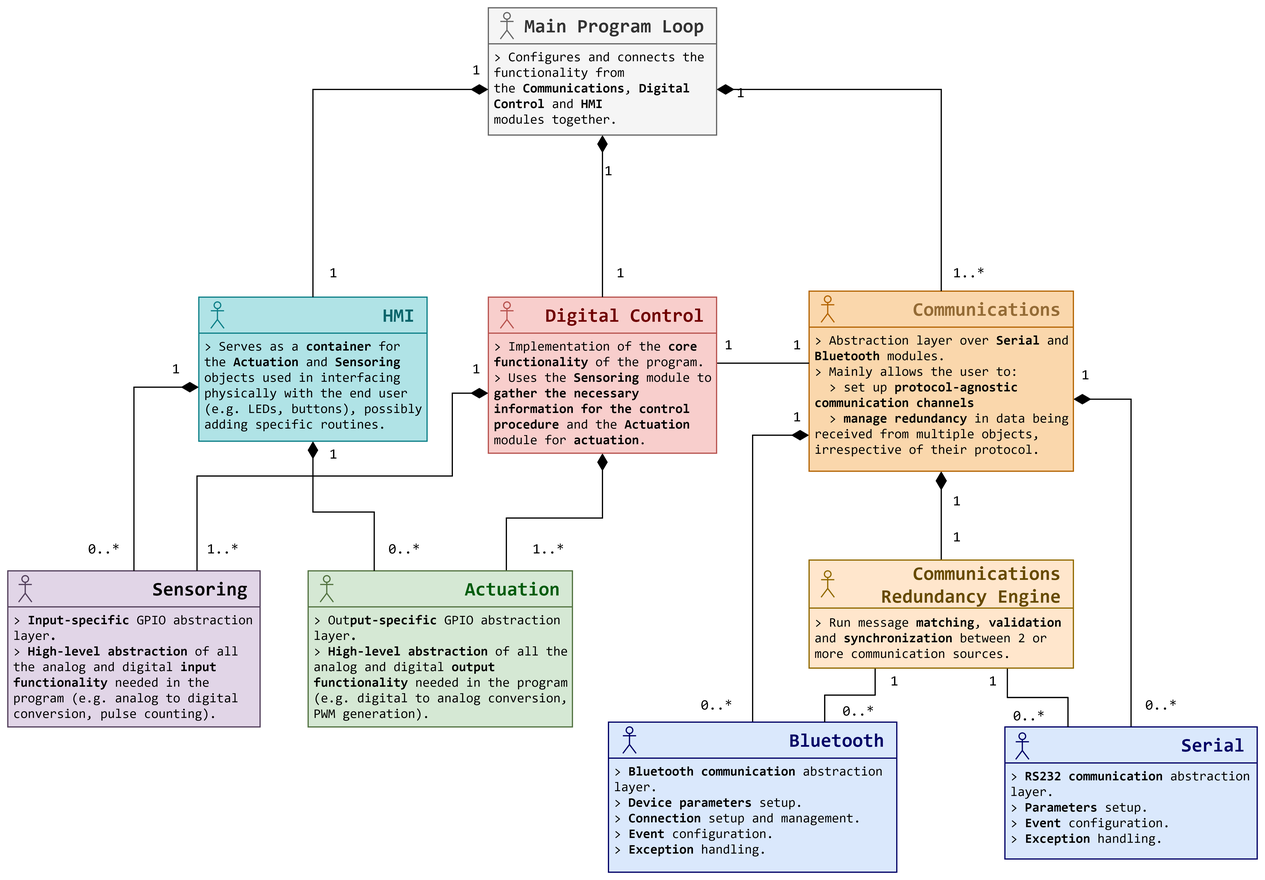
Before: Proj/Iterations/1/Design/Navigation-Subsystem/Architectural-Overview/class-diagram/class_diagram_abstract.png, a diagram exported from draw.io (LPI2-DreamTeam/rfcar). Source tidied: cells renumbered, new cells last; positions are measured from the earlier drawing's top-left corner, leaving out a move shared by most shapes.
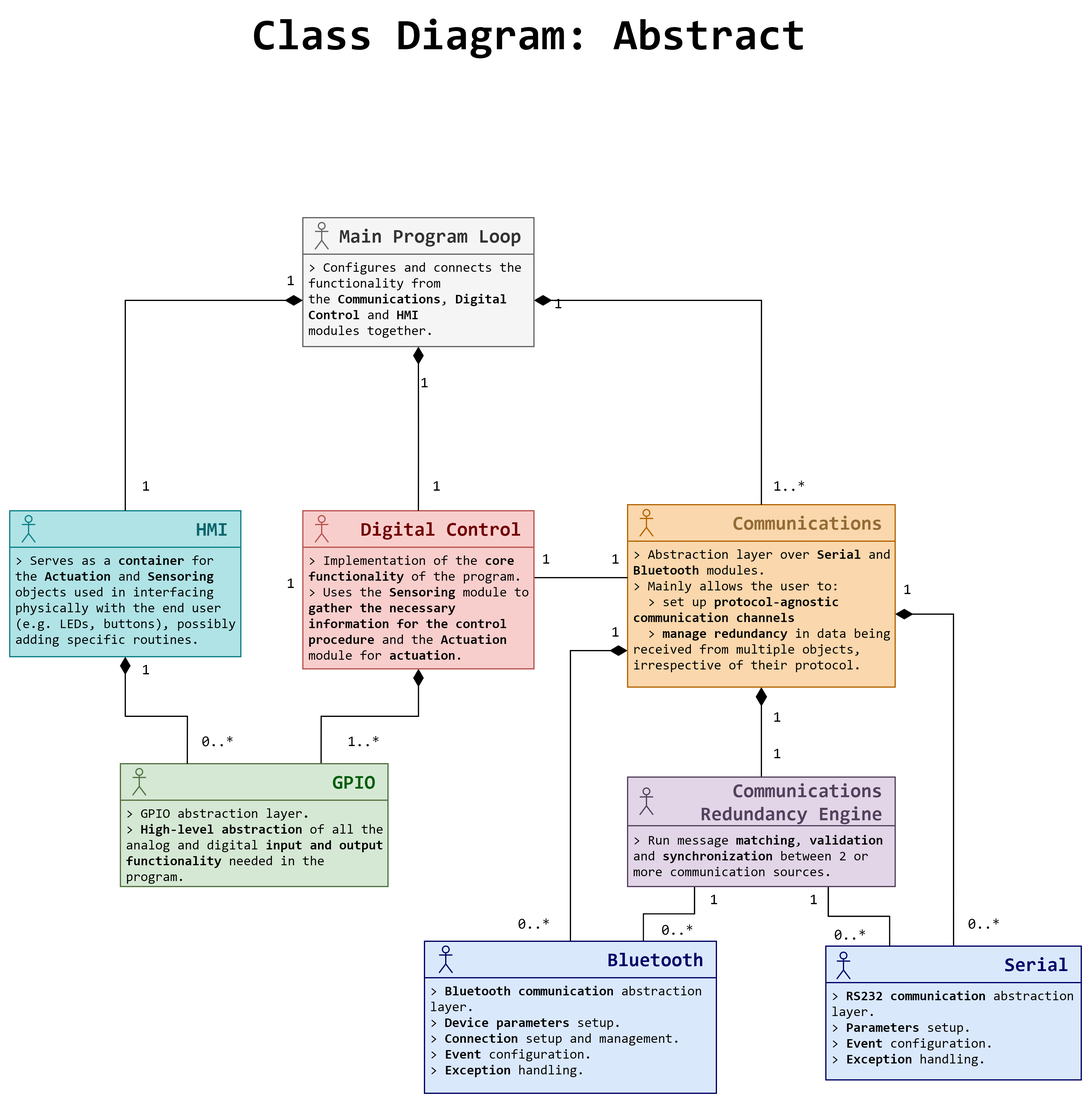
After the change.

Commit message:
Merged 'Sensor' and 'Actuator' modules into GPIO and finished it

Diff of the diagram source:
```diff
@@ -2,9 +2,6 @@
   <root>
     <mxCell id="0" />
     <mxCell id="1" parent="0" />
-    <mxCell id="2" value="Sensoring" style="rounded=0;whiteSpace=wrap;html=1;fontFamily=Consolas;fontSize=16;align=right;fillColor=#e1d5e7;fontStyle=1;spacingRight=8;strokeColor=#53405C;labelPosition=center;verticalLabelPosition=middle;verticalAlign=middle;labelBackgroundColor=none;" parent="1" vertex="1">
-      <mxGeometry y="469" width="210" height="30" as="geometry" />
-    </mxCell>
     <mxCell id="3" style="edgeStyle=orthogonalEdgeStyle;rounded=0;jettySize=auto;html=1;exitX=0.5;exitY=1;exitDx=0;exitDy=0;entryX=0.5;entryY=0;entryDx=0;entryDy=0;startArrow=diamondThin;startFill=1;startSize=13;endArrow=none;endFill=0;endSize=2;fontFamily=Consolas;fontSize=12;fontColor=#0B656B;" parent="1" edge="1" source="6" target="29">
       <mxGeometry relative="1" as="geometry" />
     </mxCell>
@@ -17,6 +14,9 @@
     <mxCell id="6" value="&amp;gt; Abstraction layer over &lt;b&gt;Serial &lt;/b&gt;and &lt;b&gt;Bluetooth &lt;/b&gt;modules.&lt;br&gt;&amp;gt; Mainly allows the user to: &lt;br&gt;&amp;nbsp; &amp;gt; set up&lt;b&gt; protocol-agnostic communication channels &lt;/b&gt;&lt;br&gt;&amp;nbsp; &amp;gt;&amp;nbsp;&lt;b&gt;manage redundancy&lt;/b&gt; in data being received from multiple objects, irrespective of their protocol.&lt;br&gt;&amp;nbsp;" style="rounded=0;whiteSpace=wrap;html=1;fillColor=#fad7ac;fontFamily=Consolas;fontSize=11;align=left;verticalAlign=top;spacing=0;spacingLeft=5;spacingBottom=5;spacingRight=5;strokeColor=#b46504;labelPosition=center;verticalLabelPosition=middle;" parent="1" vertex="1">
       <mxGeometry x="667" y="266" width="220" height="120" as="geometry" />
     </mxCell>
+    <mxCell id="67" value="Class Diagram: Abstract" style="text;html=1;strokeColor=none;fillColor=none;align=center;verticalAlign=middle;whiteSpace=wrap;rounded=0;fontFamily=Consolas;fontSize=36;fontStyle=1;" parent="1" vertex="1">
+      <mxGeometry x="270" y="-160" width="633" height="20" as="geometry" />
+    </mxCell>
     <mxCell id="7" value="Bluetooth" style="rounded=0;whiteSpace=wrap;html=1;fontFamily=Consolas;fontSize=16;align=right;fillColor=#dae8fc;fontStyle=1;spacingRight=8;strokeColor=#000066;fontColor=#000066;" parent="1" vertex="1">
       <mxGeometry x="500" y="595" width="240" height="30" as="geometry" />
     </mxCell>
@@ -38,17 +38,13 @@
     <mxCell id="13" value="Communications" style="rounded=0;whiteSpace=wrap;html=1;fontFamily=Consolas;fontSize=16;align=right;fillColor=#fad7ac;fontStyle=1;spacingRight=8;strokeColor=#b46504;labelPosition=center;verticalLabelPosition=middle;verticalAlign=middle;fontColor=#946B35;" parent="1" vertex="1">
       <mxGeometry x="667" y="236" width="220" height="30" as="geometry" />
     </mxCell>
-    <mxCell id="14" style="edgeStyle=orthogonalEdgeStyle;rounded=0;jettySize=auto;html=1;exitX=0;exitY=0.5;exitDx=0;exitDy=0;entryX=0.75;entryY=0;entryDx=0;entryDy=0;startArrow=diamondThin;startFill=1;startSize=12;endArrow=none;endFill=0;endSize=2;fontFamily=Consolas;fontSize=12;fontColor=#0B656B;" parent="1" edge="1" source="17" target="2">
-      <mxGeometry relative="1" as="geometry">
-        <Array as="points">
-          <mxPoint x="370" y="321" />
-          <mxPoint x="370" y="390" />
-          <mxPoint x="157" y="390" />
-        </Array>
-      </mxGeometry>
-    </mxCell>
     <mxCell id="15" style="edgeStyle=orthogonalEdgeStyle;rounded=0;jettySize=auto;html=1;entryX=0.75;entryY=0;entryDx=0;entryDy=0;startArrow=diamondThin;startFill=1;startSize=12;endArrow=none;endFill=0;endSize=2;fontFamily=Consolas;fontSize=12;fontColor=#0B656B;" parent="1" edge="1" source="17" target="23">
-      <mxGeometry relative="1" as="geometry" />
+      <mxGeometry relative="1" as="geometry">
+        <Array as="points">
+          <mxPoint x="495" y="410" />
+          <mxPoint x="415" y="410" />
+        </Array>
+      </mxGeometry>
     </mxCell>
     <mxCell id="16" style="edgeStyle=orthogonalEdgeStyle;rounded=0;jettySize=auto;html=1;exitX=1;exitY=0.25;exitDx=0;exitDy=0;entryX=0;entryY=0.25;entryDx=0;entryDy=0;endArrow=none;endFill=0;" parent="1" edge="1" source="17" target="6">
       <mxGeometry relative="1" as="geometry" />
@@ -59,26 +55,20 @@
     <mxCell id="18" value="Digital Control" style="rounded=0;whiteSpace=wrap;html=1;fontFamily=Consolas;fontSize=16;align=right;fillColor=#f8cecc;fontStyle=1;spacingRight=8;strokeColor=#b85450;labelPosition=center;verticalLabelPosition=middle;verticalAlign=middle;fontColor=#700000;labelBackgroundColor=none;" parent="1" vertex="1">
       <mxGeometry x="400" y="241" width="190" height="30" as="geometry" />
     </mxCell>
-    <mxCell id="19" value="&amp;gt; &lt;b&gt;Input-specific&amp;nbsp;&lt;/b&gt;GPIO&amp;nbsp;abstraction layer&lt;b&gt;.&lt;/b&gt;&lt;br&gt;&amp;gt; &lt;b&gt;High-level abstraction&lt;/b&gt; of all the analog and digital &lt;b&gt;input functionality&lt;/b&gt; needed in the program (e.g. analog to digital conversion, pulse counting).&amp;nbsp;" style="rounded=0;whiteSpace=wrap;html=1;fillColor=#e1d5e7;fontFamily=Consolas;fontSize=11;align=left;verticalAlign=top;spacing=0;spacingLeft=5;spacingBottom=5;spacingRight=5;strokeColor=#53405C;fontColor=#000000;" parent="1" vertex="1">
-      <mxGeometry y="499" width="210" height="100" as="geometry" />
-    </mxCell>
     <mxCell id="20" style="shape=umlActor;verticalLabelPosition=bottom;labelBackgroundColor=#ffffff;verticalAlign=top;html=1;fontFamily=Consolas;fontSize=21;fillColor=#fad7ac;strokeColor=#b46504;" parent="1" vertex="1">
       <mxGeometry x="677" y="240" width="11" height="22" as="geometry" />
     </mxCell>
     <mxCell id="21" style="shape=umlActor;verticalLabelPosition=bottom;labelBackgroundColor=#ffffff;verticalAlign=top;html=1;fontFamily=Consolas;fontSize=21;fillColor=none;strokeColor=#b85450;" parent="1" vertex="1">
       <mxGeometry x="410" y="245" width="11" height="22" as="geometry" />
     </mxCell>
-    <mxCell id="22" value="&lt;span&gt;&amp;gt; Out&lt;/span&gt;&lt;b&gt;put-specific&amp;nbsp;&lt;/b&gt;&lt;span&gt;GPIO&amp;nbsp;abstraction layer&lt;/span&gt;&lt;b&gt;.&lt;/b&gt;&lt;br&gt;&lt;span&gt;&amp;gt;&amp;nbsp;&lt;/span&gt;&lt;b&gt;High-level abstraction&lt;/b&gt;&lt;span&gt;&amp;nbsp;of all the analog and digital&amp;nbsp;&lt;/span&gt;&lt;b&gt;output functionality&lt;/b&gt;&lt;span&gt;&amp;nbsp;needed in the program (e.g. digital to analog conversion, PWM generation).&lt;/span&gt;" style="rounded=0;whiteSpace=wrap;html=1;fillColor=#d5e8d4;fontFamily=Consolas;fontSize=11;align=left;verticalAlign=top;spacing=0;spacingLeft=5;spacingBottom=5;spacingRight=5;strokeColor=#537341;" parent="1" vertex="1">
-      <mxGeometry x="250" y="499" width="220" height="100" as="geometry" />
+    <mxCell id="22" value="&amp;gt; GPIO&amp;nbsp;abstraction layer&lt;b&gt;.&lt;/b&gt;&lt;br&gt;&amp;gt;&amp;nbsp;&lt;b&gt;High-level abstraction&lt;/b&gt;&amp;nbsp;of all the analog and digital&amp;nbsp;&lt;b&gt;input and output functionality&lt;/b&gt;&amp;nbsp;needed in the program." style="rounded=0;whiteSpace=wrap;html=1;fillColor=#d5e8d4;fontFamily=Consolas;fontSize=11;align=left;verticalAlign=top;spacing=0;spacingLeft=5;spacingBottom=5;spacingRight=5;strokeColor=#537341;" parent="1" vertex="1">
+      <mxGeometry x="250" y="479" width="220" height="71" as="geometry" />
     </mxCell>
-    <mxCell id="23" value="Actuation" style="rounded=0;whiteSpace=wrap;html=1;fontFamily=Consolas;fontSize=16;align=right;fillColor=#d5e8d4;fontStyle=1;spacingRight=8;strokeColor=#537341;labelPosition=center;verticalLabelPosition=middle;verticalAlign=middle;labelBackgroundColor=none;fontColor=#015C0D;" parent="1" vertex="1">
-      <mxGeometry x="250" y="469" width="220" height="30" as="geometry" />
+    <mxCell id="23" value="GPIO" style="rounded=0;whiteSpace=wrap;html=1;fontFamily=Consolas;fontSize=16;align=right;fillColor=#d5e8d4;fontStyle=1;spacingRight=8;strokeColor=#537341;labelPosition=center;verticalLabelPosition=middle;verticalAlign=middle;labelBackgroundColor=none;fontColor=#015C0D;" parent="1" vertex="1">
+      <mxGeometry x="250" y="449" width="220" height="30" as="geometry" />
     </mxCell>
-    <mxCell id="24" style="shape=umlActor;verticalLabelPosition=bottom;labelBackgroundColor=#ffffff;verticalAlign=top;html=1;fontFamily=Consolas;fontSize=21;fillColor=none;strokeColor=#53405C;" parent="1" vertex="1">
-      <mxGeometry x="9" y="473" width="11" height="22" as="geometry" />
-    </mxCell>
     <mxCell id="25" style="shape=umlActor;verticalLabelPosition=bottom;labelBackgroundColor=#ffffff;verticalAlign=top;html=1;fontFamily=Consolas;fontSize=21;fillColor=none;strokeColor=#537341;" parent="1" vertex="1">
-      <mxGeometry x="260" y="473" width="11" height="22" as="geometry" />
+      <mxGeometry x="260" y="453" width="11" height="22" as="geometry" />
     </mxCell>
     <mxCell id="26" style="edgeStyle=orthogonalEdgeStyle;rounded=0;jettySize=auto;html=1;exitX=0.25;exitY=1;exitDx=0;exitDy=0;entryX=0.75;entryY=0;entryDx=0;entryDy=0;startArrow=none;startFill=0;startSize=2;endArrow=none;endFill=0;endSize=2;fontFamily=Consolas;fontSize=12;fontColor=#0B656B;" parent="1" edge="1" source="28" target="7">
       <mxGeometry relative="1" as="geometry" />
@@ -86,13 +76,13 @@
     <mxCell id="27" style="edgeStyle=orthogonalEdgeStyle;rounded=0;jettySize=auto;html=1;exitX=0.75;exitY=1;exitDx=0;exitDy=0;entryX=0.25;entryY=0;entryDx=0;entryDy=0;startArrow=none;startFill=0;startSize=2;endArrow=none;endFill=0;endSize=2;fontFamily=Consolas;fontSize=12;fontColor=#0B656B;" parent="1" edge="1" source="28" target="10">
       <mxGeometry relative="1" as="geometry" />
     </mxCell>
-    <mxCell id="28" value="&amp;gt; Run message &lt;b&gt;matching&lt;/b&gt;, &lt;b&gt;validation&lt;/b&gt; and &lt;b&gt;synchronization &lt;/b&gt;between 2 or more communication sources." style="rounded=0;whiteSpace=wrap;html=1;fillColor=#ffe6cc;fontFamily=Consolas;fontSize=11;align=left;verticalAlign=bottom;spacing=0;spacingLeft=5;spacingBottom=5;spacingRight=5;strokeColor=#916900;labelPosition=center;verticalLabelPosition=middle;" parent="1" vertex="1">
+    <mxCell id="28" value="&amp;gt; Run message &lt;b&gt;matching&lt;/b&gt;, &lt;b&gt;validation&lt;/b&gt; and &lt;b&gt;synchronization &lt;/b&gt;between 2 or more communication sources." style="rounded=0;whiteSpace=wrap;html=1;fillColor=#e1d5e7;fontFamily=Consolas;fontSize=11;align=left;verticalAlign=bottom;spacing=0;spacingLeft=5;spacingBottom=5;spacingRight=5;strokeColor=#53405C;labelPosition=center;verticalLabelPosition=middle;" parent="1" vertex="1">
       <mxGeometry x="667" y="500" width="220" height="50" as="geometry" />
     </mxCell>
-    <mxCell id="29" value="Communications Redundancy Engine" style="rounded=0;whiteSpace=wrap;html=1;fontFamily=Consolas;fontSize=16;align=right;fillColor=#ffe6cc;fontStyle=1;spacingRight=8;strokeColor=#916900;labelPosition=center;verticalLabelPosition=middle;verticalAlign=middle;fontColor=#664A00;" parent="1" vertex="1">
+    <mxCell id="29" value="Communications Redundancy Engine" style="rounded=0;whiteSpace=wrap;html=1;fontFamily=Consolas;fontSize=16;align=right;fillColor=#e1d5e7;fontStyle=1;spacingRight=8;strokeColor=#53405C;labelPosition=center;verticalLabelPosition=middle;verticalAlign=middle;fontColor=#53405C;" parent="1" vertex="1">
       <mxGeometry x="667" y="460" width="220" height="40" as="geometry" />
     </mxCell>
-    <mxCell id="30" style="shape=umlActor;verticalLabelPosition=bottom;labelBackgroundColor=#ffffff;verticalAlign=top;html=1;fontFamily=Consolas;fontSize=21;fillColor=#ffe6cc;strokeColor=#916900;" parent="1" vertex="1">
+    <mxCell id="30" style="shape=umlActor;verticalLabelPosition=bottom;labelBackgroundColor=#ffffff;verticalAlign=top;html=1;fontFamily=Consolas;fontSize=21;fillColor=#e1d5e7;strokeColor=#53405C;" parent="1" vertex="1">
       <mxGeometry x="677" y="469" width="11" height="22" as="geometry" />
     </mxCell>
     <mxCell id="31" value="Main Program Loop" style="rounded=0;whiteSpace=wrap;html=1;fontFamily=Consolas;fontSize=16;align=right;fillColor=#f5f5f5;fontStyle=1;spacingRight=8;strokeColor=#666666;labelPosition=center;verticalLabelPosition=middle;verticalAlign=middle;labelBackgroundColor=none;fontColor=#333333;" parent="1" vertex="1">
@@ -115,11 +105,13 @@
     <mxCell id="35" style="shape=umlActor;verticalLabelPosition=bottom;labelBackgroundColor=#ffffff;verticalAlign=top;html=1;fontFamily=Consolas;fontSize=21;fillColor=#f5f5f5;strokeColor=#666666;fontColor=#333333;" parent="1" vertex="1">
       <mxGeometry x="410" y="4" width="11" height="22" as="geometry" />
     </mxCell>
-    <mxCell id="36" style="edgeStyle=orthogonalEdgeStyle;rounded=0;jettySize=auto;html=1;exitX=0;exitY=0.5;exitDx=0;exitDy=0;entryX=0.5;entryY=0;entryDx=0;entryDy=0;startArrow=diamondThin;startFill=1;startSize=12;endArrow=none;endFill=0;endSize=2;fontFamily=Consolas;fontSize=12;fontColor=#0B656B;" parent="1" edge="1" source="38" target="2">
-      <mxGeometry relative="1" as="geometry" />
-    </mxCell>
     <mxCell id="37" style="edgeStyle=orthogonalEdgeStyle;rounded=0;jettySize=auto;html=1;exitX=0.5;exitY=1;exitDx=0;exitDy=0;entryX=0.25;entryY=0;entryDx=0;entryDy=0;startArrow=diamondThin;startFill=1;startSize=12;endArrow=none;endFill=0;endSize=2;fontFamily=Consolas;fontSize=12;fontColor=#0B656B;" parent="1" edge="1" source="38" target="23">
-      <mxGeometry relative="1" as="geometry" />
+      <mxGeometry relative="1" as="geometry">
+        <Array as="points">
+          <mxPoint x="254" y="410" />
+          <mxPoint x="305" y="410" />
+        </Array>
+      </mxGeometry>
     </mxCell>
     <mxCell id="38" value="&amp;gt; Serves as a &lt;b&gt;container&lt;/b&gt; for the &lt;b&gt;Actuation&lt;/b&gt; and &lt;b&gt;Sensoring&lt;/b&gt; objects used in interfacing physically with the end user (e.g. LEDs, buttons), possibly adding specific routines." style="rounded=0;whiteSpace=wrap;html=1;fillColor=#b0e3e6;fontFamily=Consolas;fontSize=11;align=left;verticalAlign=top;spacing=0;spacingLeft=5;spacingBottom=5;spacingRight=5;strokeColor=#0e8088;" parent="1" vertex="1">
       <mxGeometry x="159" y="271" width="190" height="90" as="geometry" />
@@ -151,9 +143,6 @@
     <mxCell id="47" value="1" style="text;html=1;align=center;verticalAlign=middle;fontSize=12;fontFamily=Consolas;fontColor=#000000;" parent="1" vertex="1">
       <mxGeometry x="261" y="210" width="20" height="20" as="geometry" />
     </mxCell>
-    <mxCell id="48" value="1" style="text;html=1;align=center;verticalAlign=middle;fontSize=12;fontFamily=Consolas;fontColor=#000000;" parent="1" vertex="1">
-      <mxGeometry x="130" y="290" width="20" height="20" as="geometry" />
-    </mxCell>
     <mxCell id="49" value="0..*" style="text;html=1;align=center;verticalAlign=middle;fontSize=12;fontFamily=Consolas;fontColor=#000000;" parent="1" vertex="1">
       <mxGeometry x="688" y="575" width="40" height="20" as="geometry" />
     </mxCell>
@@ -166,12 +155,6 @@
     <mxCell id="52" value="1" style="text;html=1;align=center;verticalAlign=middle;fontSize=12;fontFamily=Consolas;fontColor=#000000;" parent="1" vertex="1">
       <mxGeometry x="810" y="550" width="20" height="20" as="geometry" />
     </mxCell>
-    <mxCell id="53" value="0..*" style="text;html=1;align=center;verticalAlign=middle;fontSize=12;fontFamily=Consolas;fontColor=#000000;" parent="1" vertex="1">
-      <mxGeometry x="60" y="440" width="40" height="20" as="geometry" />
-    </mxCell>
-    <mxCell id="54" value="1..*" style="text;html=1;align=center;verticalAlign=middle;fontSize=12;fontFamily=Consolas;fontColor=#000000;" parent="1" vertex="1">
-      <mxGeometry x="159" y="440" width="40" height="20" as="geometry" />
-    </mxCell>
     <mxCell id="55" value="1" style="text;html=1;align=center;verticalAlign=middle;fontSize=12;fontFamily=Consolas;fontColor=#000000;" parent="1" vertex="1">
       <mxGeometry x="380" y="290" width="20" height="20" as="geometry" />
     </mxCell>
@@ -179,10 +162,10 @@
       <mxGeometry x="261" y="361" width="20" height="20" as="geometry" />
     </mxCell>
     <mxCell id="57" value="0..*" style="text;html=1;align=center;verticalAlign=middle;fontSize=12;fontFamily=Consolas;fontColor=#000000;" parent="1" vertex="1">
-      <mxGeometry x="310" y="440" width="40" height="20" as="geometry" />
+      <mxGeometry x="310" y="420" width="40" height="20" as="geometry" />
     </mxCell>
     <mxCell id="58" value="1..*" style="text;html=1;align=center;verticalAlign=middle;fontSize=12;fontFamily=Consolas;fontColor=#000000;" parent="1" vertex="1">
-      <mxGeometry x="430" y="440" width="40" height="20" as="geometry" />
+      <mxGeometry x="430" y="420" width="40" height="20" as="geometry" />
     </mxCell>
     <mxCell id="59" value="1" style="text;html=1;align=center;verticalAlign=middle;fontSize=12;fontFamily=Consolas;fontColor=#000000;" parent="1" vertex="1">
       <mxGeometry x="780" y="400" width="20" height="20" as="geometry" />
```
